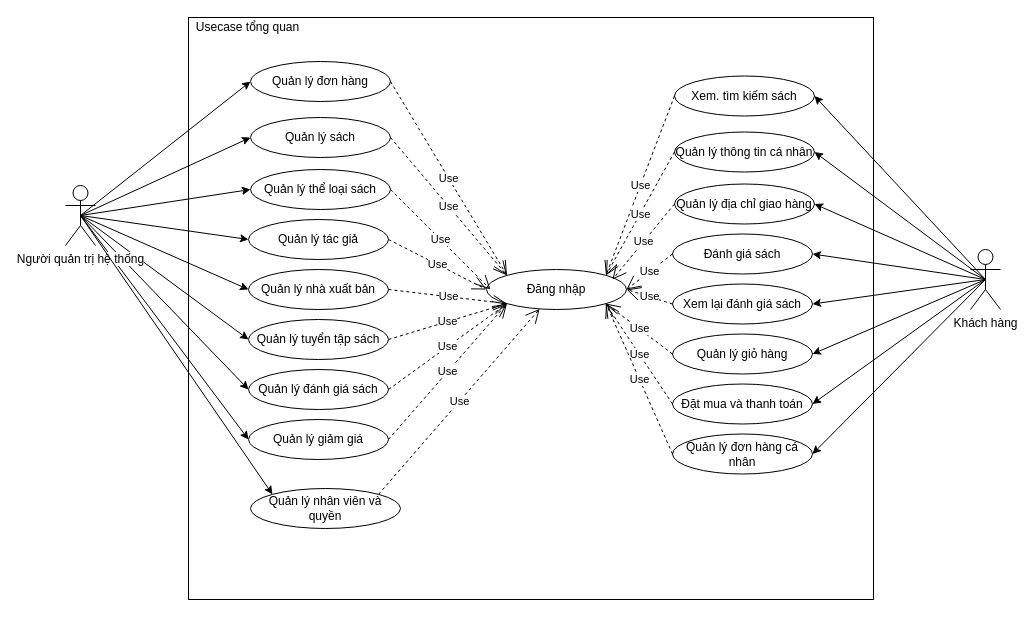
giangnt15/final-year-project keeps this draw.io diagram as Documents/Usecase tổng quan trang quản lý.drawio. Above is the earlier version. Source tidied: cells renumbered, new cells numbered last; positions are measured from the earlier drawing's top-left corner, leaving out a move shared by most shapes. Both pictures are drawn from the tidied source at 100%, with x=0, y=0 at pixel (65, 17).
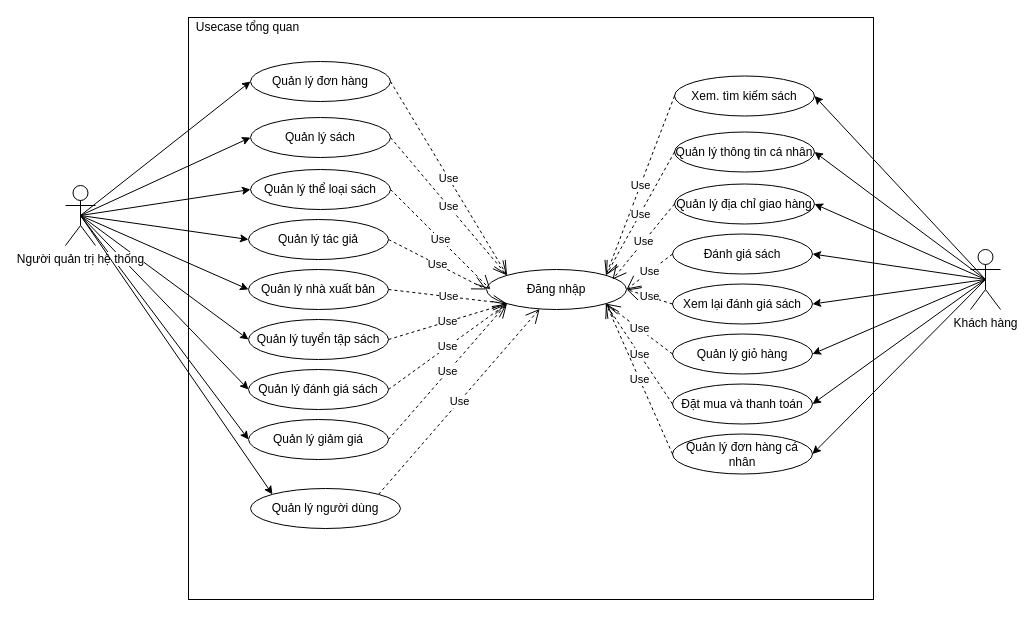
The same diagram, later.

Change to the diagram source:
```diff
@@
-    <mxCell id="13" value="Quản lý nhân viên và quyền" style="ellipse;whiteSpace=wrap;html=1;" parent="1" vertex="1">
+    <mxCell id="13" value="Quản lý người dùng" style="ellipse;whiteSpace=wrap;html=1;" parent="1" vertex="1">
       <mxGeometry x="185" y="471" width="150" height="40" as="geometry" />
     </mxCell>
```
